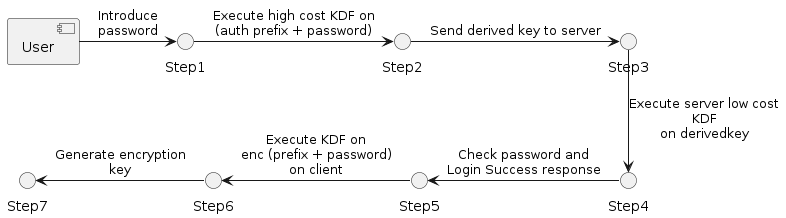
Before: out/diagrams/basiKdfFlow/basicFlow.png, a diagram exported from PlantUML (alexisruiz96/secure-vault). The source it was exported from:
```plantuml
@startuml basicFlow
[User] -right-> Step1: Introduce\npassword
Step1 -right-> Step2: Execute high cost KDF on\n(auth prefix + password)
Step2 -right-> Step3: Send derived key to server
Step3 -down-> Step4: Execute server low cost\nKDF\non derivedkey
Step4 -left-> Step5: Check password and\nLogin Success response
Step5 -left-> Step6: Execute KDF on\nenc (prefix + password)\non client
Step6 -left-> Step7: Generate encryption\nkey

@enduml
```
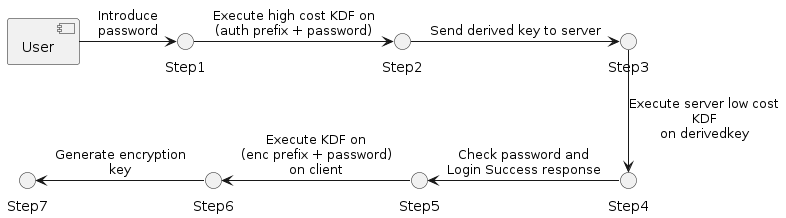
After the commit.

Change to the diagram source:
```diff
@@ -4,7 +4,7 @@
 Step2 -right-> Step3: Send derived key to server
 Step3 -down-> Step4: Execute server low cost\nKDF\non derivedkey
 Step4 -left-> Step5: Check password and\nLogin Success response
-Step5 -left-> Step6: Execute KDF on\nenc (prefix + password)\non client
+Step5 -left-> Step6: Execute KDF on\n(enc prefix + password)\non client
 Step6 -left-> Step7: Generate encryption\nkey
 
 @enduml
```
